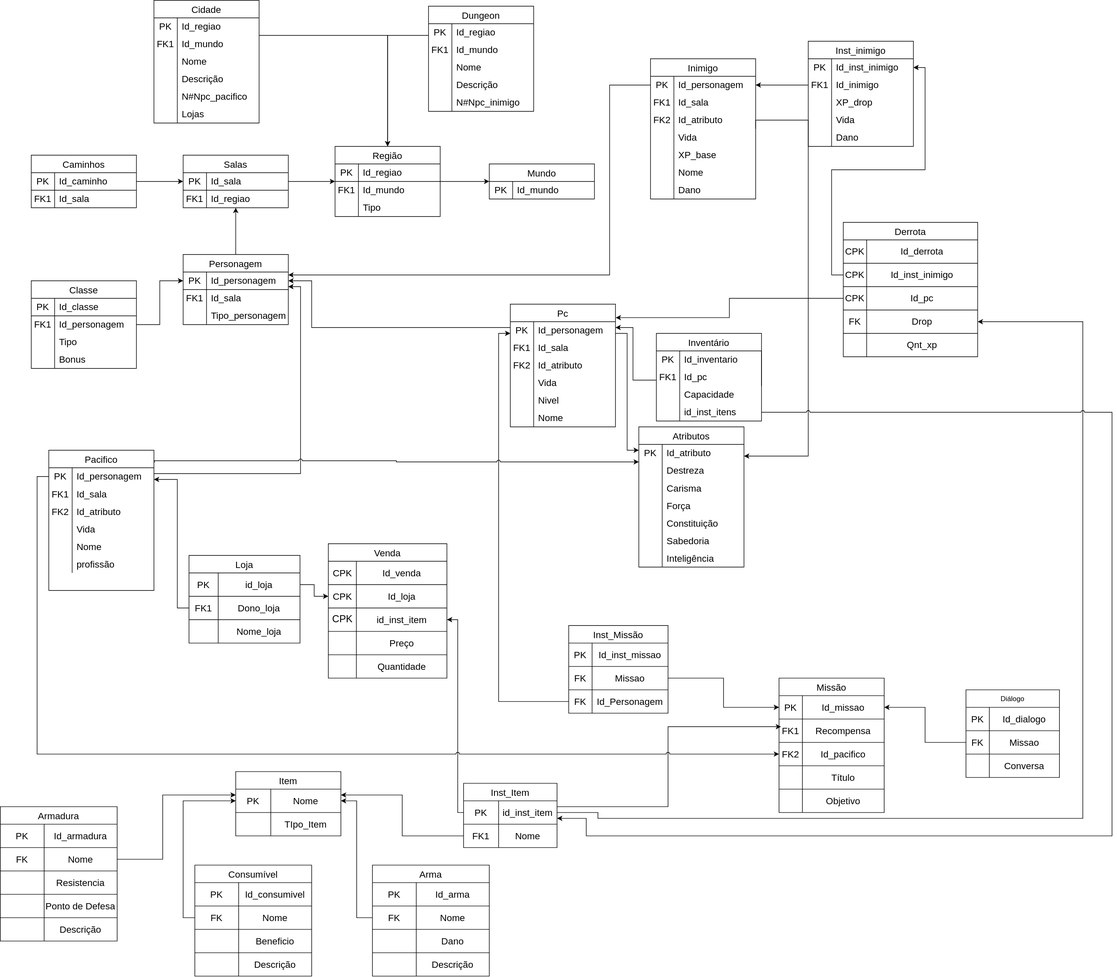
Above: docs/modulo_01/MER.drawio.svg in SBD1/2024.2-D-D-classico (draw.io), before the change. Source tidied: cells renumbered, new cells last; positions are measured from the earlier drawing's top-left corner, leaving out a move shared by most shapes.
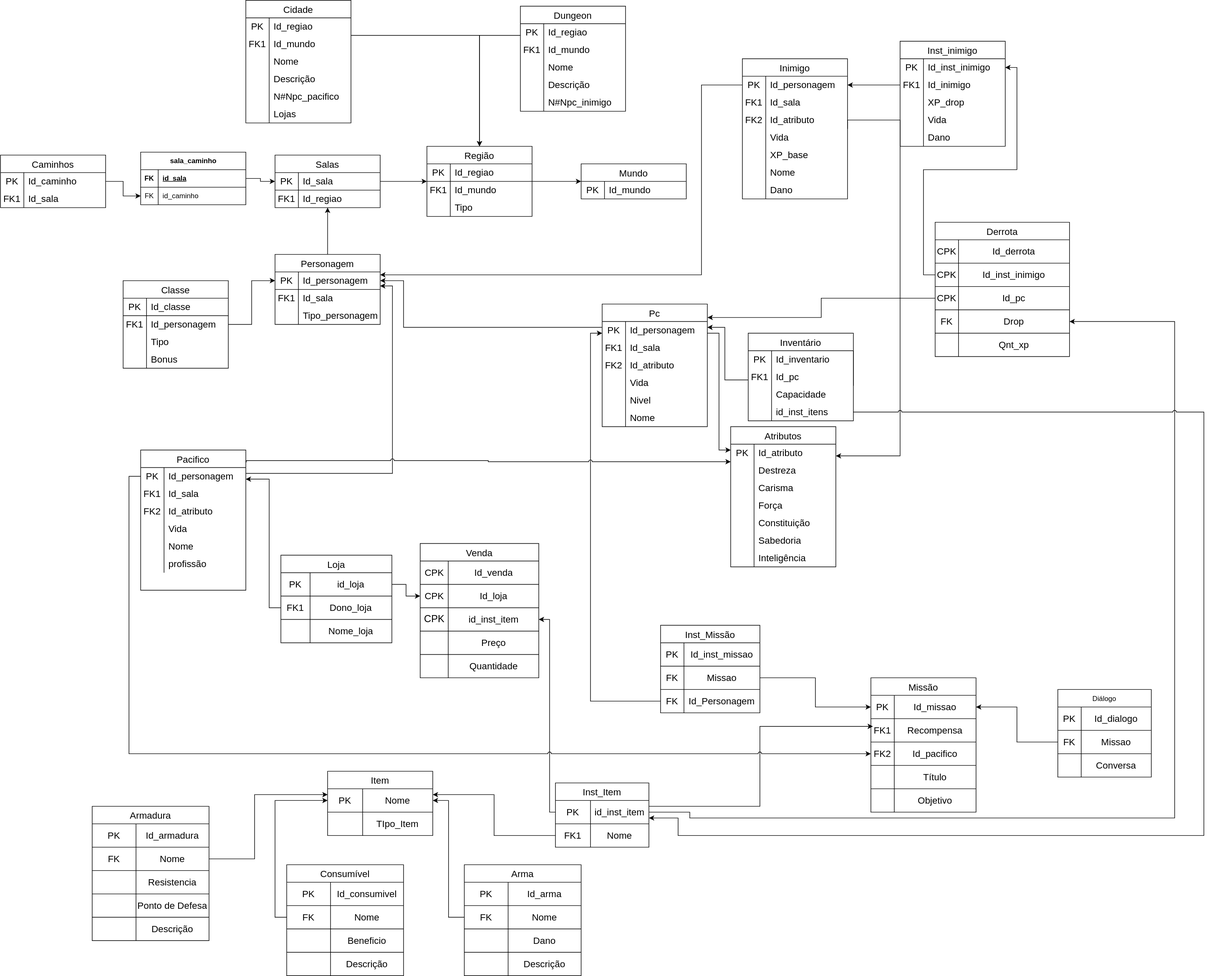
The same diagram one commit later.

The edit, as a diff of the source:
```diff
@@ -67,9 +67,6 @@
     <mxCell id="20" style="line;strokeWidth=1;html=1;" parent="1" vertex="1">
       <mxGeometry x="573" y="305" width="180" height="10" as="geometry" />
     </mxCell>
-    <mxCell id="21" style="edgeStyle=orthogonalEdgeStyle;rounded=0;jettySize=auto;html=1;" parent="1" edge="1" source="31" target="23">
-      <mxGeometry relative="1" as="geometry" />
-    </mxCell>
     <mxCell id="22" style="edgeStyle=orthogonalEdgeStyle;rounded=0;jettySize=auto;html=1;entryX=0.5;entryY=1;entryDx=0;entryDy=0;" parent="1" edge="1" source="40" target="23">
       <mxGeometry relative="1" as="geometry" />
     </mxCell>
@@ -98,7 +95,7 @@
       <mxGeometry x="313" y="320" width="180" height="10" as="geometry" />
     </mxCell>
     <mxCell id="31" value="Caminhos" style="shape=table;startSize=30;rowLines=0;fontStyle=0;strokeColor=default;fontSize=16;" parent="1" vertex="1">
-      <mxGeometry x="53" y="265" width="180" height="90" as="geometry" />
+      <mxGeometry x="-157" y="265" width="180" height="90" as="geometry" />
     </mxCell>
     <mxCell id="32" style="shape=tableRow;horizontal=0;startSize=0;swimlaneHead=0;swimlaneBody=0;top=0;left=0;bottom=0;right=0;fillColor=none;points=[[0,0.5],[1,0.5]];portConstraint=eastwest;strokeColor=inherit;fontSize=16;" parent="31" vertex="1">
       <mxGeometry y="30" width="180" height="30" as="geometry" />
@@ -118,9 +115,6 @@
     <mxCell id="37" value="Id_sala" style="shape=partialRectangle;html=1;whiteSpace=wrap;fillColor=none;top=0;left=0;bottom=0;right=0;align=left;spacingLeft=6;overflow=hidden;strokeColor=inherit;fontSize=16;" parent="35" vertex="1">
       <mxGeometry x="40" width="140" height="30" as="geometry" />
     </mxCell>
-    <mxCell id="38" style="line;strokeWidth=1;html=1;" parent="1" vertex="1">
-      <mxGeometry x="53" y="320" width="180" height="10" as="geometry" />
-    </mxCell>
     <mxCell id="39" style="edgeStyle=orthogonalEdgeStyle;rounded=0;jettySize=auto;html=1;" parent="1" edge="1" source="81" target="40">
       <mxGeometry relative="1" as="geometry">
         <Array as="points">
@@ -1210,5 +1204,32 @@
         </Array>
       </mxGeometry>
     </mxCell>
+    <mxCell id="370" value="sala_caminho" style="shape=table;startSize=30;rowLines=0;fontStyle=1;align=center;html=1;" parent="1" vertex="1">
+      <mxGeometry x="83" y="260" width="180" height="90" as="geometry" />
+    </mxCell>
+    <mxCell id="371" style="shape=tableRow;horizontal=0;startSize=0;swimlaneHead=0;swimlaneBody=0;fillColor=none;points=[[0,0.5],[1,0.5]];portConstraint=eastwest;top=0;left=0;right=0;bottom=1;" parent="370" vertex="1">
+      <mxGeometry y="30" width="180" height="30" as="geometry" />
+    </mxCell>
+    <mxCell id="372" value="FK" style="shape=partialRectangle;fillColor=none;top=0;left=0;bottom=0;right=0;fontStyle=1;overflow=hidden;whiteSpace=wrap;html=1;" parent="371" vertex="1">
+      <mxGeometry width="30" height="30" as="geometry" />
+    </mxCell>
+    <mxCell id="373" value="id_sala" style="shape=partialRectangle;fillColor=none;top=0;left=0;bottom=0;right=0;align=left;spacingLeft=6;fontStyle=5;overflow=hidden;whiteSpace=wrap;html=1;" parent="371" vertex="1">
+      <mxGeometry x="30" width="150" height="30" as="geometry" />
+    </mxCell>
+    <mxCell id="374" style="shape=tableRow;horizontal=0;startSize=0;swimlaneHead=0;swimlaneBody=0;fillColor=none;points=[[0,0.5],[1,0.5]];portConstraint=eastwest;top=0;left=0;right=0;bottom=0;" parent="370" vertex="1">
+      <mxGeometry y="60" width="180" height="30" as="geometry" />
+    </mxCell>
+    <mxCell id="375" value="FK" style="shape=partialRectangle;fillColor=none;top=0;left=0;bottom=0;right=0;overflow=hidden;whiteSpace=wrap;html=1;" parent="374" vertex="1">
+      <mxGeometry width="30" height="30" as="geometry" />
+    </mxCell>
+    <mxCell id="376" value="id_caminho" style="shape=partialRectangle;fillColor=none;top=0;left=0;bottom=0;right=0;align=left;spacingLeft=6;overflow=hidden;whiteSpace=wrap;html=1;" parent="374" vertex="1">
+      <mxGeometry x="30" width="150" height="30" as="geometry" />
+    </mxCell>
+    <mxCell id="377" style="edgeStyle=orthogonalEdgeStyle;rounded=0;jettySize=auto;html=1;entryX=0;entryY=0.5;entryDx=0;entryDy=0;" parent="1" edge="1" source="32" target="374">
+      <mxGeometry relative="1" as="geometry" />
+    </mxCell>
+    <mxCell id="378" style="edgeStyle=orthogonalEdgeStyle;rounded=0;jettySize=auto;html=1;entryX=0;entryY=0.5;entryDx=0;entryDy=0;" parent="1" edge="1" source="371" target="24">
+      <mxGeometry relative="1" as="geometry" />
+    </mxCell>
   </root>
 </mxGraphModel>
```
